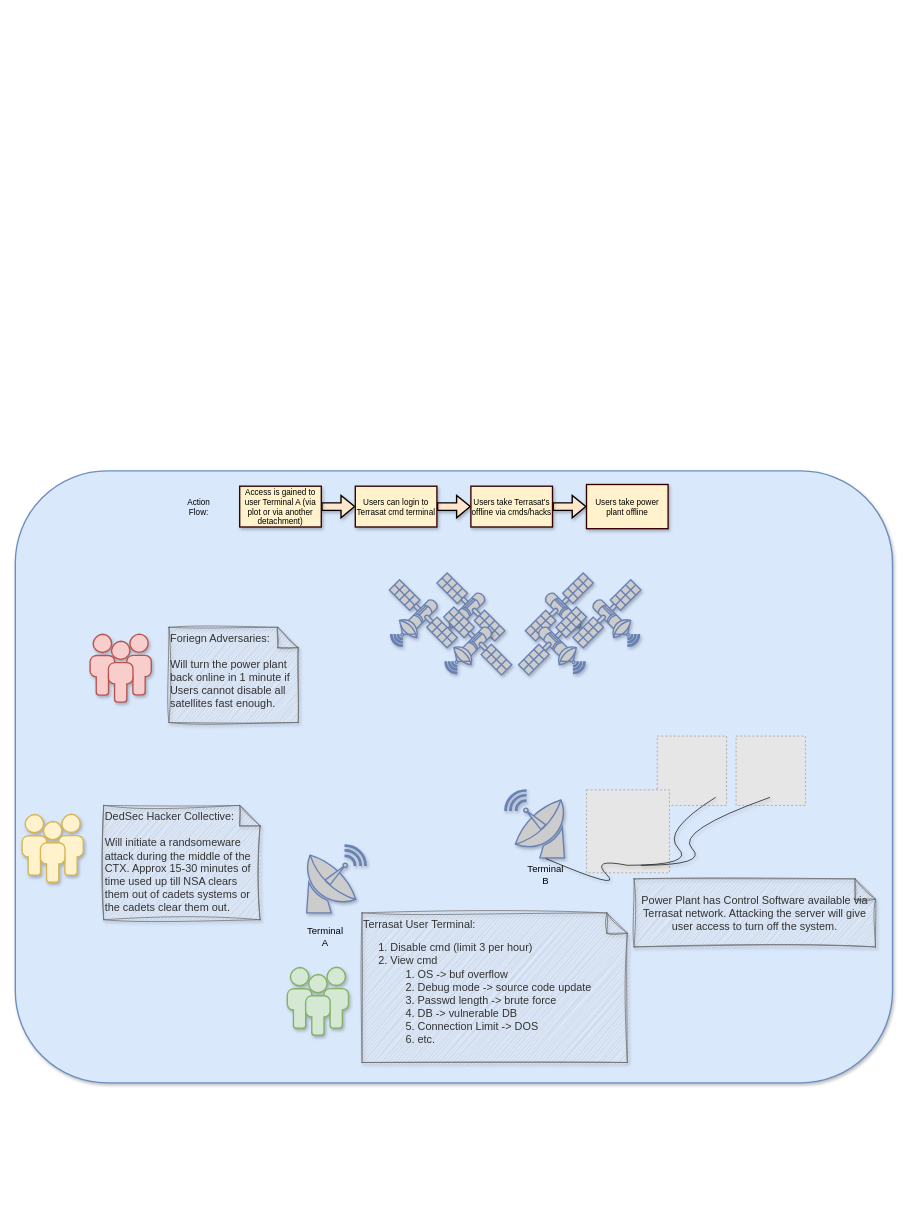
CyberTrainingExercise/Black0ut keeps this draw.io diagram as Overview.drawio. Above is the earlier version. Source tidied: cells renumbered, new cells numbered last; positions are measured from the earlier drawing's top-left corner, leaving out a move shared by most shapes. Both pictures are drawn from the tidied source at 68%, with x=0, y=0 at pixel (15, 471). Pictures stored in the file or linked from it are replaced by grey dashed boxes.
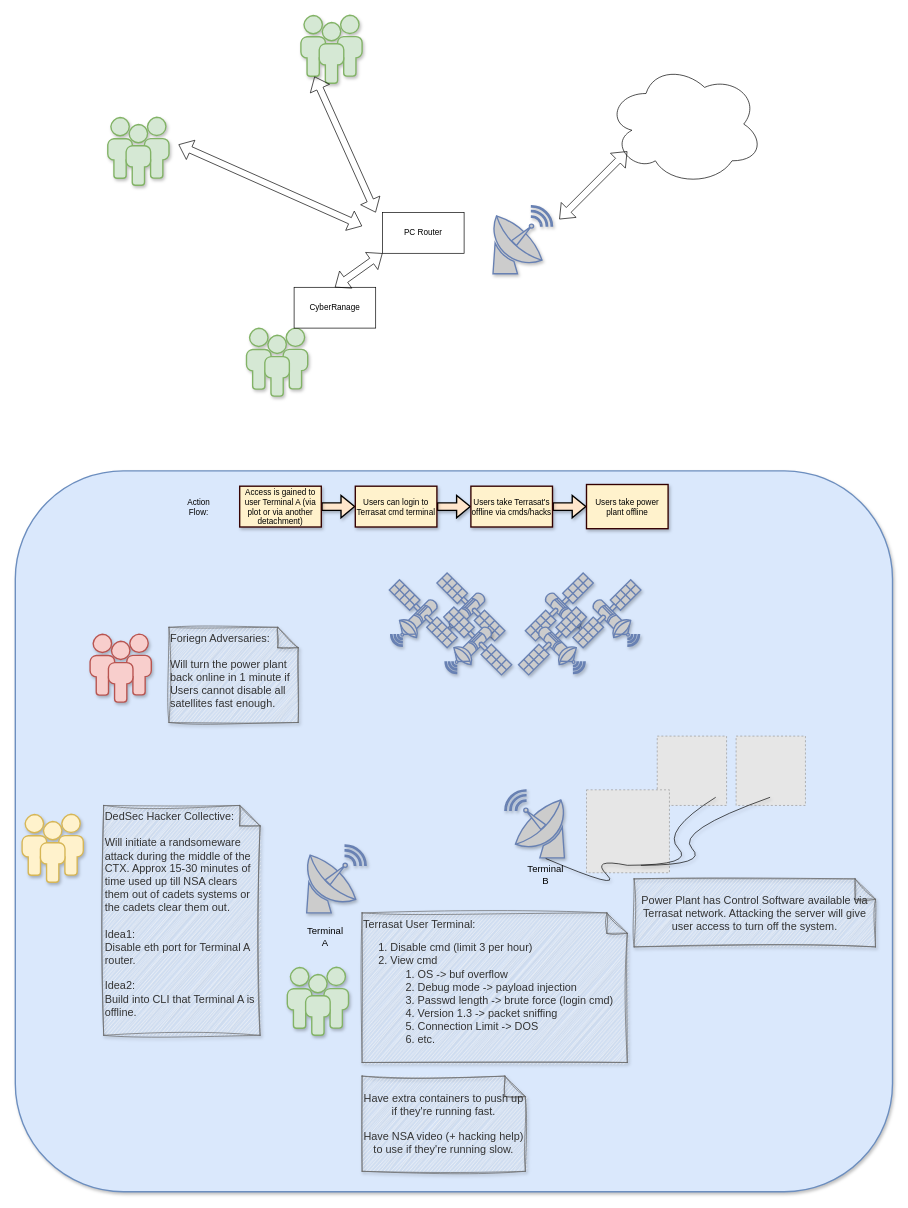
After the change.

Commit message:
Update overview diagram

Change to the diagram source:
```diff
@@
     <mxCell id="2" style="rounded=1;whiteSpace=wrap;html=1;strokeColor=#6c8ebf;strokeWidth=2;fontFamily=Times New Roman;fontSize=14;fillColor=#dae8fc;shadow=1;" parent="1" vertex="1">
-      <mxGeometry width="1290" height="900" as="geometry" />
+      <mxGeometry width="1290" height="1060" as="geometry" />
     </mxCell>
@@
-    <mxCell id="15" value="&lt;div style=&quot;font-size: 16px;&quot;&gt;&lt;span style=&quot;background-color: initial;&quot;&gt;&lt;font style=&quot;font-size: 16px;&quot;&gt;Terrasat User Terminal:&lt;/font&gt;&lt;/span&gt;&lt;/div&gt;&lt;div style=&quot;font-size: 16px;&quot;&gt;&lt;ol style=&quot;&quot;&gt;&lt;li style=&quot;&quot;&gt;&lt;span style=&quot;background-color: initial;&quot;&gt;&lt;font style=&quot;font-size: 16px;&quot;&gt;Disable cmd (limit 3 per hour)&lt;/font&gt;&lt;/span&gt;&lt;/li&gt;&lt;li style=&quot;&quot;&gt;&lt;span style=&quot;background-color: initial;&quot;&gt;&lt;font style=&quot;font-size: 16px;&quot;&gt;View cmd&lt;/font&gt;&lt;/span&gt;&lt;/li&gt;&lt;ol style=&quot;&quot;&gt;&lt;li style=&quot;&quot;&gt;&lt;span style=&quot;background-color: initial;&quot;&gt;&lt;font style=&quot;font-size: 16px;&quot;&gt;OS -&amp;gt; buf overflow&lt;/font&gt;&lt;/span&gt;&lt;/li&gt;&lt;li style=&quot;&quot;&gt;&lt;span style=&quot;background-color: initial;&quot;&gt;&lt;font style=&quot;font-size: 16px;&quot;&gt;Debug mode -&amp;gt; source code update&lt;/font&gt;&lt;/span&gt;&lt;/li&gt;&lt;li style=&quot;&quot;&gt;&lt;span style=&quot;background-color: initial;&quot;&gt;&lt;font style=&quot;font-size: 16px;&quot;&gt;Passwd length -&amp;gt; brute force&lt;/font&gt;&lt;/span&gt;&lt;/li&gt;&lt;li style=&quot;&quot;&gt;&lt;span style=&quot;background-color: initial;&quot;&gt;&lt;font style=&quot;font-size: 16px;&quot;&gt;DB -&amp;gt; vulnerable DB&lt;/font&gt;&lt;/span&gt;&lt;/li&gt;&lt;li style=&quot;&quot;&gt;&lt;span style=&quot;background-color: initial;&quot;&gt;&lt;font style=&quot;font-size: 16px;&quot;&gt;Connection Limit -&amp;gt; DOS&lt;/font&gt;&lt;/span&gt;&lt;/li&gt;&lt;li style=&quot;&quot;&gt;etc.&lt;/li&gt;&lt;/ol&gt;&lt;/ol&gt;&lt;/div&gt;" style="shape=note;whiteSpace=wrap;html=1;backgroundOutline=1;darkOpacity=0.05;align=left;verticalAlign=top;fillColor=#f5f5f5;fontColor=#333333;strokeColor=#666666;shadow=1;sketch=1;curveFitting=1;jiggle=2;" parent="1" vertex="1">
+    <mxCell id="15" value="&lt;div style=&quot;font-size: 16px;&quot;&gt;&lt;span style=&quot;background-color: initial;&quot;&gt;&lt;font style=&quot;font-size: 16px;&quot;&gt;Terrasat User Terminal:&lt;/font&gt;&lt;/span&gt;&lt;/div&gt;&lt;div style=&quot;font-size: 16px;&quot;&gt;&lt;ol style=&quot;&quot;&gt;&lt;li style=&quot;&quot;&gt;&lt;span style=&quot;background-color: initial;&quot;&gt;&lt;font style=&quot;font-size: 16px;&quot;&gt;Disable cmd (limit 3 per hour)&lt;/font&gt;&lt;/span&gt;&lt;/li&gt;&lt;li style=&quot;&quot;&gt;&lt;span style=&quot;background-color: initial;&quot;&gt;&lt;font style=&quot;font-size: 16px;&quot;&gt;View cmd&lt;/font&gt;&lt;/span&gt;&lt;/li&gt;&lt;ol style=&quot;&quot;&gt;&lt;li style=&quot;&quot;&gt;&lt;span style=&quot;background-color: initial;&quot;&gt;&lt;font style=&quot;font-size: 16px;&quot;&gt;OS -&amp;gt; buf overflow&lt;/font&gt;&lt;/span&gt;&lt;/li&gt;&lt;li style=&quot;&quot;&gt;&lt;span style=&quot;background-color: initial;&quot;&gt;&lt;font style=&quot;font-size: 16px;&quot;&gt;Debug mode -&amp;gt; payload injection&lt;/font&gt;&lt;/span&gt;&lt;/li&gt;&lt;li style=&quot;&quot;&gt;&lt;span style=&quot;background-color: initial;&quot;&gt;&lt;font style=&quot;font-size: 16px;&quot;&gt;Passwd length -&amp;gt; brute force (login cmd)&lt;/font&gt;&lt;/span&gt;&lt;/li&gt;&lt;li style=&quot;&quot;&gt;Version 1.3 -&amp;gt; packet sniffing&lt;/li&gt;&lt;li style=&quot;&quot;&gt;&lt;span style=&quot;background-color: initial;&quot;&gt;&lt;font style=&quot;font-size: 16px;&quot;&gt;Connection Limit -&amp;gt; DOS&lt;/font&gt;&lt;/span&gt;&lt;/li&gt;&lt;li style=&quot;&quot;&gt;etc.&lt;/li&gt;&lt;/ol&gt;&lt;/ol&gt;&lt;/div&gt;" style="shape=note;whiteSpace=wrap;html=1;backgroundOutline=1;darkOpacity=0.05;align=left;verticalAlign=top;fillColor=#f5f5f5;fontColor=#333333;strokeColor=#666666;shadow=1;sketch=1;curveFitting=1;jiggle=2;" parent="1" vertex="1">
       <mxGeometry x="510" y="650" width="390" height="220" as="geometry" />
     </mxCell>
@@
-    <mxCell id="31" value="&lt;font style=&quot;font-size: 16px;&quot;&gt;DedSec Hacker Collective:&lt;br&gt;&lt;br&gt;Will initiate a randsomeware attack during the middle of the CTX. Approx 15-30 minutes of time used up till NSA clears them out of cadets systems or the cadets clear them out.&lt;/font&gt;" style="shape=note;whiteSpace=wrap;html=1;backgroundOutline=1;darkOpacity=0.05;align=left;verticalAlign=top;fillColor=#f5f5f5;fontColor=#333333;strokeColor=#666666;shadow=1;sketch=1;curveFitting=1;jiggle=2;" parent="1" vertex="1">
-      <mxGeometry x="130" y="492" width="230" height="168" as="geometry" />
+    <mxCell id="31" value="&lt;font style=&quot;font-size: 16px;&quot;&gt;DedSec Hacker Collective:&lt;br&gt;&lt;br&gt;Will initiate a randsomeware attack during the middle of the CTX. Approx 15-30 minutes of time used up till NSA clears them out of cadets systems or the cadets clear them out.&lt;br&gt;&lt;br&gt;Idea1:&lt;br&gt;Disable eth port for Terminal A router.&lt;br&gt;&lt;br&gt;Idea2:&lt;br&gt;Build into CLI that Terminal A is offline.&lt;br&gt;&lt;/font&gt;" style="shape=note;whiteSpace=wrap;html=1;backgroundOutline=1;darkOpacity=0.05;align=left;verticalAlign=top;fillColor=#f5f5f5;fontColor=#333333;strokeColor=#666666;shadow=1;sketch=1;curveFitting=1;jiggle=2;" parent="1" vertex="1">
+      <mxGeometry x="130" y="492" width="230" height="338" as="geometry" />
     </mxCell>
@@
+    <mxCell id="34" style="ellipse;shape=cloud;whiteSpace=wrap;html=1;" parent="1" vertex="1">
+      <mxGeometry x="870" y="-600" width="230" height="180" as="geometry" />
+    </mxCell>
+    <mxCell id="35" style="fontColor=#0066CC;verticalAlign=top;verticalLabelPosition=bottom;labelPosition=center;align=center;html=1;fillColor=#CCCCCC;strokeColor=#6881B3;gradientColor=none;gradientDirection=north;strokeWidth=2;shape=mxgraph.networks.satellite_dish;shadow=1;" parent="1" vertex="1">
+      <mxGeometry x="700" y="-390" width="90" height="100" as="geometry" />
+    </mxCell>
+    <mxCell id="36" style="verticalAlign=top;verticalLabelPosition=bottom;labelPosition=center;align=center;html=1;fillColor=#d5e8d4;strokeColor=#82b366;gradientDirection=north;strokeWidth=2;shape=mxgraph.networks.users;shadow=1;" parent="1" vertex="1">
+      <mxGeometry x="340" y="-210" width="90" height="100" as="geometry" />
+    </mxCell>
+    <mxCell id="37" style="shape=flexArrow;endArrow=classic;startArrow=classic;html=1;rounded=0;" parent="1" edge="1">
+      <mxGeometry relative="1" as="geometry">
+        <mxPoint x="800" y="-370" as="sourcePoint" />
+        <mxPoint x="900" y="-470" as="targetPoint" />
+      </mxGeometry>
+    </mxCell>
+    <mxCell id="38" style="verticalAlign=top;verticalLabelPosition=bottom;labelPosition=center;align=center;html=1;fillColor=#d5e8d4;strokeColor=#82b366;gradientDirection=north;strokeWidth=2;shape=mxgraph.networks.users;shadow=1;" parent="1" vertex="1">
+      <mxGeometry x="420" y="-670" width="90" height="100" as="geometry" />
+    </mxCell>
+    <mxCell id="39" style="verticalAlign=top;verticalLabelPosition=bottom;labelPosition=center;align=center;html=1;fillColor=#d5e8d4;strokeColor=#82b366;gradientDirection=north;strokeWidth=2;shape=mxgraph.networks.users;shadow=1;" parent="1" vertex="1">
+      <mxGeometry x="136" y="-520" width="90" height="100" as="geometry" />
+    </mxCell>
+    <mxCell id="40" style="shape=flexArrow;endArrow=classic;startArrow=classic;html=1;rounded=0;" parent="1" edge="1">
+      <mxGeometry relative="1" as="geometry">
+        <mxPoint x="440" y="-580" as="sourcePoint" />
+        <mxPoint x="530" y="-380" as="targetPoint" />
+      </mxGeometry>
+    </mxCell>
+    <mxCell id="41" value="PC Router" style="rounded=0;whiteSpace=wrap;html=1;" parent="1" vertex="1">
+      <mxGeometry x="540" y="-380" width="120" height="60" as="geometry" />
+    </mxCell>
+    <mxCell id="42" value="CyberRanage" style="rounded=0;whiteSpace=wrap;html=1;" parent="1" vertex="1">
+      <mxGeometry x="410" y="-270" width="120" height="60" as="geometry" />
+    </mxCell>
+    <mxCell id="43" style="shape=flexArrow;endArrow=classic;startArrow=classic;html=1;rounded=0;entryX=0;entryY=1;entryDx=0;entryDy=0;exitX=0.5;exitY=0;exitDx=0;exitDy=0;" parent="1" edge="1" source="42" target="41">
+      <mxGeometry relative="1" as="geometry" />
+    </mxCell>
+    <mxCell id="44" style="shape=flexArrow;endArrow=classic;startArrow=classic;html=1;rounded=0;" parent="1" edge="1">
+      <mxGeometry relative="1" as="geometry">
+        <mxPoint x="240" y="-480" as="sourcePoint" />
+        <mxPoint x="510" y="-360" as="targetPoint" />
+      </mxGeometry>
+    </mxCell>
+    <mxCell id="45" value="&lt;font style=&quot;font-size: 16px;&quot;&gt;Have extra containers to push up if they're running fast.&lt;br&gt;&lt;br&gt;Have NSA video (+ hacking help) to use if they're running slow.&lt;/font&gt;" style="shape=note;whiteSpace=wrap;html=1;backgroundOutline=1;darkOpacity=0.05;sketch=1;curveFitting=1;jiggle=2;shadow=1;fillColor=#f5f5f5;fontColor=#333333;strokeColor=#666666;" parent="1" vertex="1">
+      <mxGeometry x="510" y="890" width="240" height="140" as="geometry" />
+    </mxCell>
```
